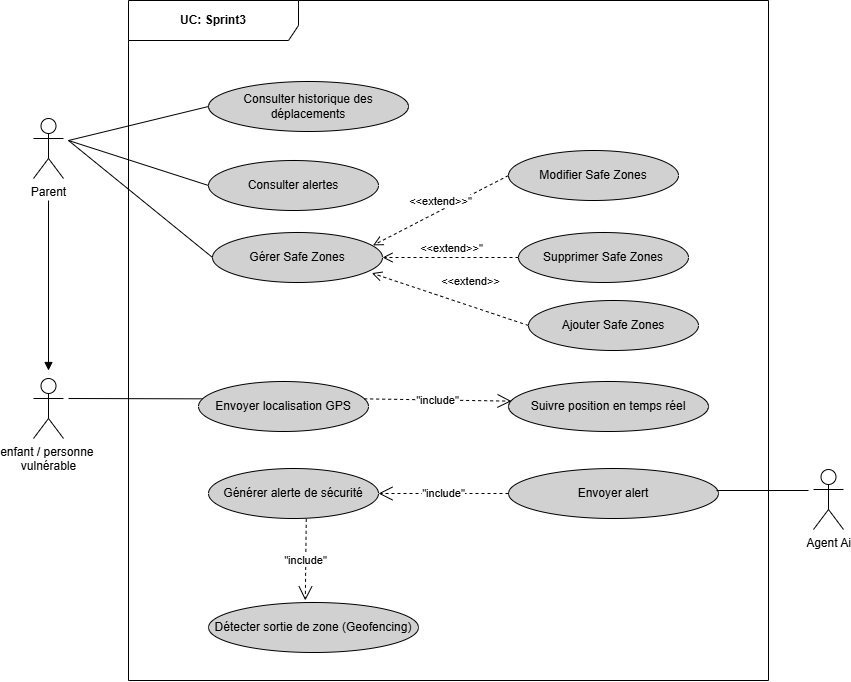
Earlier version of the draw.io export images/UC_sprint3.png (Hadil-fk/SafeTrack-rapport). Source tidied: cells renumbered, new cells last; positions are measured from the earlier drawing's top-left corner, leaving out a move shared by most shapes.
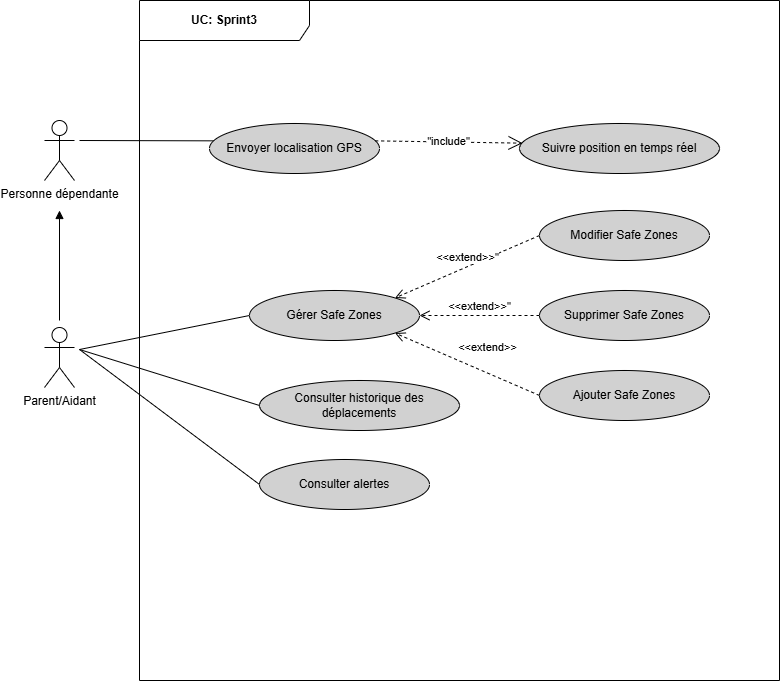
Later version of the same file.

The edit, as a diff of the source:
```diff
@@ -2,105 +2,79 @@
   <root>
     <mxCell id="0" />
     <mxCell id="1" parent="0" />
+    <mxCell id="29" style="edgeStyle=orthogonalEdgeStyle;rounded=0;orthogonalLoop=1;jettySize=auto;html=1;endArrow=block;endFill=1;" parent="1" edge="1">
+      <mxGeometry relative="1" as="geometry">
+        <mxPoint x="15" y="320" as="sourcePoint" />
+        <mxPoint x="15" y="210" as="targetPoint" />
+      </mxGeometry>
+    </mxCell>
-    <mxCell id="2" value="Parent" style="shape=umlActor;verticalLabelPosition=bottom;verticalAlign=top;html=1;" parent="1" vertex="1">
-      <mxGeometry y="118" width="30" height="60" as="geometry" />
+    <mxCell id="2" value="Parent/Aidant" style="shape=umlActor;verticalLabelPosition=bottom;verticalAlign=top;html=1;" parent="1" vertex="1">
+      <mxGeometry y="327" width="30" height="60" as="geometry" />
     </mxCell>
     <mxCell id="3" value="&lt;b&gt;UC: Sprint3&lt;/b&gt;" style="shape=umlFrame;whiteSpace=wrap;html=1;width=170;height=40;" parent="1" vertex="1">
       <mxGeometry x="95" width="640" height="680" as="geometry" />
     </mxCell>
-    <mxCell id="4" value="enfant / personne&amp;nbsp;&lt;div&gt;vulnérable&lt;/div&gt;" style="shape=umlActor;verticalLabelPosition=bottom;verticalAlign=top;html=1;" parent="1" vertex="1">
-      <mxGeometry y="378" width="30" height="60" as="geometry" />
+    <mxCell id="4" value="Personne dépendante" style="shape=umlActor;verticalLabelPosition=bottom;verticalAlign=top;html=1;" parent="1" vertex="1">
+      <mxGeometry y="120" width="30" height="60" as="geometry" />
     </mxCell>
-    <mxCell id="5" value="Agent Ai" style="shape=umlActor;verticalLabelPosition=bottom;verticalAlign=top;html=1;" parent="1" vertex="1">
-      <mxGeometry x="780" y="469" width="30" height="60" as="geometry" />
-    </mxCell>
     <mxCell id="6" value="Consulter historique des déplacements" style="ellipse;whiteSpace=wrap;html=1;fillColor=#D1D1D1;" parent="1" vertex="1">
-      <mxGeometry x="175" y="81" width="200" height="50" as="geometry" />
+      <mxGeometry x="215" y="380" width="200" height="50" as="geometry" />
     </mxCell>
     <mxCell id="7" value="Consulter alertes" style="ellipse;whiteSpace=wrap;html=1;fillColor=#D1D1D1;" parent="1" vertex="1">
-      <mxGeometry x="175" y="160" width="170" height="50" as="geometry" />
+      <mxGeometry x="215" y="459" width="170" height="50" as="geometry" />
     </mxCell>
     <mxCell id="8" value="Gérer Safe Zones" style="ellipse;whiteSpace=wrap;html=1;fillColor=#D1D1D1;" parent="1" vertex="1">
-      <mxGeometry x="179" y="232" width="170" height="50" as="geometry" />
+      <mxGeometry x="205" y="290" width="170" height="50" as="geometry" />
     </mxCell>
     <mxCell id="9" value="Suivre position en temps réel" style="ellipse;whiteSpace=wrap;html=1;fillColor=#D1D1D1;" parent="1" vertex="1">
-      <mxGeometry x="475" y="381" width="200" height="50" as="geometry" />
+      <mxGeometry x="475" y="123" width="200" height="50" as="geometry" />
     </mxCell>
-    <mxCell id="10" value="Détecter sortie de zone (Geofencing)" style="ellipse;whiteSpace=wrap;html=1;fillColor=#D1D1D1;" parent="1" vertex="1">
-      <mxGeometry x="175" y="602" width="210" height="50" as="geometry" />
-    </mxCell>
     <mxCell id="11" style="endArrow=none;html=1;rounded=0;entryX=0;entryY=0.5;entryDx=0;entryDy=0;" parent="1" edge="1" target="6">
       <mxGeometry relative="1" as="geometry">
-        <mxPoint x="35" y="140" as="sourcePoint" />
+        <mxPoint x="35" y="349" as="sourcePoint" />
       </mxGeometry>
     </mxCell>
     <mxCell id="12" style="endArrow=none;html=1;rounded=0;entryX=0;entryY=0.5;entryDx=0;entryDy=0;" parent="1" edge="1" target="7">
       <mxGeometry relative="1" as="geometry">
-        <mxPoint x="35" y="140" as="sourcePoint" />
+        <mxPoint x="35" y="349" as="sourcePoint" />
       </mxGeometry>
     </mxCell>
     <mxCell id="13" style="endArrow=none;html=1;rounded=0;entryX=0;entryY=0.5;entryDx=0;entryDy=0;" parent="1" edge="1" target="8">
       <mxGeometry relative="1" as="geometry">
-        <mxPoint x="35" y="140" as="sourcePoint" />
+        <mxPoint x="35" y="349" as="sourcePoint" />
       </mxGeometry>
     </mxCell>
     <mxCell id="14" style="endArrow=none;html=1;rounded=0;entryX=0.046;entryY=0.347;entryDx=0;entryDy=0;entryPerimeter=0;" parent="1" edge="1" target="15">
       <mxGeometry relative="1" as="geometry">
-        <mxPoint x="35" y="398" as="sourcePoint" />
+        <mxPoint x="35" y="140" as="sourcePoint" />
       </mxGeometry>
     </mxCell>
     <mxCell id="15" value="Envoyer localisation GPS" style="ellipse;whiteSpace=wrap;html=1;fillColor=#D1D1D1;" parent="1" vertex="1">
-      <mxGeometry x="165" y="381" width="170" height="50" as="geometry" />
+      <mxGeometry x="165" y="123" width="170" height="50" as="geometry" />
     </mxCell>
-    <mxCell id="16" value="Générer alerte de sécurité" style="ellipse;whiteSpace=wrap;html=1;fillColor=#D1D1D1;" parent="1" vertex="1">
-      <mxGeometry x="175" y="468" width="170" height="50" as="geometry" />
-    </mxCell>
     <mxCell id="17" value="&quot;include&quot;" style="endArrow=open;endSize=12;dashed=1;html=1;rounded=0;entryX=-0.005;entryY=0.393;entryDx=0;entryDy=0;exitX=0.951;exitY=0.347;exitDx=0;exitDy=0;entryPerimeter=0;exitPerimeter=0;" parent="1" edge="1">
       <mxGeometry relative="1" as="geometry">
-        <mxPoint x="330.7" y="398.4" as="sourcePoint" />
-        <mxPoint x="478" y="400.7" as="targetPoint" />
+        <mxPoint x="330.7" y="140.4" as="sourcePoint" />
+        <mxPoint x="478" y="142.7" as="targetPoint" />
       </mxGeometry>
     </mxCell>
     <mxCell id="18" value="Modifier Safe Zones" style="ellipse;whiteSpace=wrap;html=1;fillColor=#D1D1D1;" parent="1" vertex="1">
-      <mxGeometry x="475" y="150" width="170" height="50" as="geometry" />
+      <mxGeometry x="495" y="210" width="170" height="50" as="geometry" />
     </mxCell>
     <mxCell id="19" value="Supprimer Safe Zones" style="ellipse;whiteSpace=wrap;html=1;fillColor=#D1D1D1;" parent="1" vertex="1">
-      <mxGeometry x="485" y="232" width="170" height="50" as="geometry" />
+      <mxGeometry x="495" y="290" width="170" height="50" as="geometry" />
     </mxCell>
     <mxCell id="20" value="Ajouter Safe Zones" style="ellipse;whiteSpace=wrap;html=1;fillColor=#D1D1D1;" parent="1" vertex="1">
-      <mxGeometry x="495" y="300" width="170" height="50" as="geometry" />
+      <mxGeometry x="495" y="370" width="170" height="50" as="geometry" />
     </mxCell>
-    <mxCell id="21" value="&amp;lt;&amp;lt;extend&amp;gt;&amp;gt;&quot;" style="html=1;verticalAlign=bottom;endArrow=open;dashed=1;endSize=8;curved=0;rounded=0;entryX=0.944;entryY=0.257;entryDx=0;entryDy=0;exitX=0;exitY=0.5;exitDx=0;exitDy=0;entryPerimeter=0;" parent="1" edge="1" source="18" target="8">
+    <mxCell id="21" value="&amp;lt;&amp;lt;extend&amp;gt;&amp;gt;&quot;" style="html=1;verticalAlign=bottom;endArrow=open;dashed=1;endSize=8;curved=0;rounded=0;entryX=1;entryY=0;entryDx=0;entryDy=0;exitX=0;exitY=0.5;exitDx=0;exitDy=0;" parent="1" edge="1" source="18" target="8">
       <mxGeometry relative="1" as="geometry" />
     </mxCell>
     <mxCell id="22" value="&amp;lt;&amp;lt;extend&amp;gt;&amp;gt;&quot;" style="html=1;verticalAlign=bottom;endArrow=open;dashed=1;endSize=8;curved=0;rounded=0;entryX=1;entryY=0.5;entryDx=0;entryDy=0;exitX=0;exitY=0.5;exitDx=0;exitDy=0;" parent="1" edge="1" source="19" target="8">
       <mxGeometry relative="1" as="geometry" />
     </mxCell>
-    <mxCell id="23" value="&amp;lt;&amp;lt;extend&amp;gt;&amp;gt;" style="html=1;verticalAlign=bottom;endArrow=open;dashed=1;endSize=8;curved=0;rounded=0;exitX=0;exitY=0.5;exitDx=0;exitDy=0;entryX=1;entryY=1;entryDx=0;entryDy=0;" parent="1" edge="1" source="20">
-      <mxGeometry x="-0.21" y="-15" relative="1" as="geometry">
-        <mxPoint x="338.3" y="272.6" as="targetPoint" />
-      </mxGeometry>
+    <mxCell id="23" value="&amp;lt;&amp;lt;extend&amp;gt;&amp;gt;" style="html=1;verticalAlign=bottom;endArrow=open;dashed=1;endSize=8;curved=0;rounded=0;exitX=0;exitY=0.5;exitDx=0;exitDy=0;entryX=1;entryY=1;entryDx=0;entryDy=0;" parent="1" edge="1" source="20" target="8">
+      <mxGeometry x="-0.21" y="-15" relative="1" as="geometry" />
     </mxCell>
-    <mxCell id="24" value="Envoyer alert" style="ellipse;whiteSpace=wrap;html=1;fillColor=#D1D1D1;" parent="1" vertex="1">
-      <mxGeometry x="475" y="468" width="210" height="50" as="geometry" />
-    </mxCell>
-    <mxCell id="25" value="&quot;include&quot;" style="endArrow=open;endSize=12;dashed=1;html=1;rounded=0;exitX=0;exitY=0.5;exitDx=0;exitDy=0;entryX=1;entryY=0.5;entryDx=0;entryDy=0;" parent="1" edge="1" source="24" target="16">
-      <mxGeometry relative="1" as="geometry" />
-    </mxCell>
-    <mxCell id="26" value="&quot;include&quot;" style="endArrow=open;endSize=12;dashed=1;html=1;rounded=0;exitX=0.575;exitY=1.007;exitDx=0;exitDy=0;entryX=0.461;entryY=-0.042;entryDx=0;entryDy=0;exitPerimeter=0;entryPerimeter=0;" parent="1" edge="1" source="16" target="10">
-      <mxGeometry relative="1" as="geometry" />
-    </mxCell>
-    <mxCell id="27" style="endArrow=none;html=1;rounded=0;" parent="1" edge="1">
-      <mxGeometry relative="1" as="geometry">
-        <mxPoint x="683" y="490" as="sourcePoint" />
-        <mxPoint x="775" y="490" as="targetPoint" />
-      </mxGeometry>
-    </mxCell>
-    <mxCell id="28" style="endArrow=block;html=1;rounded=0;endFill=1;" parent="1" edge="1">
-      <mxGeometry relative="1" as="geometry">
-        <mxPoint x="15" y="200" as="sourcePoint" />
-        <mxPoint x="15" y="370" as="targetPoint" />
-      </mxGeometry>
-    </mxCell>
   </root>
 </mxGraphModel>
```
